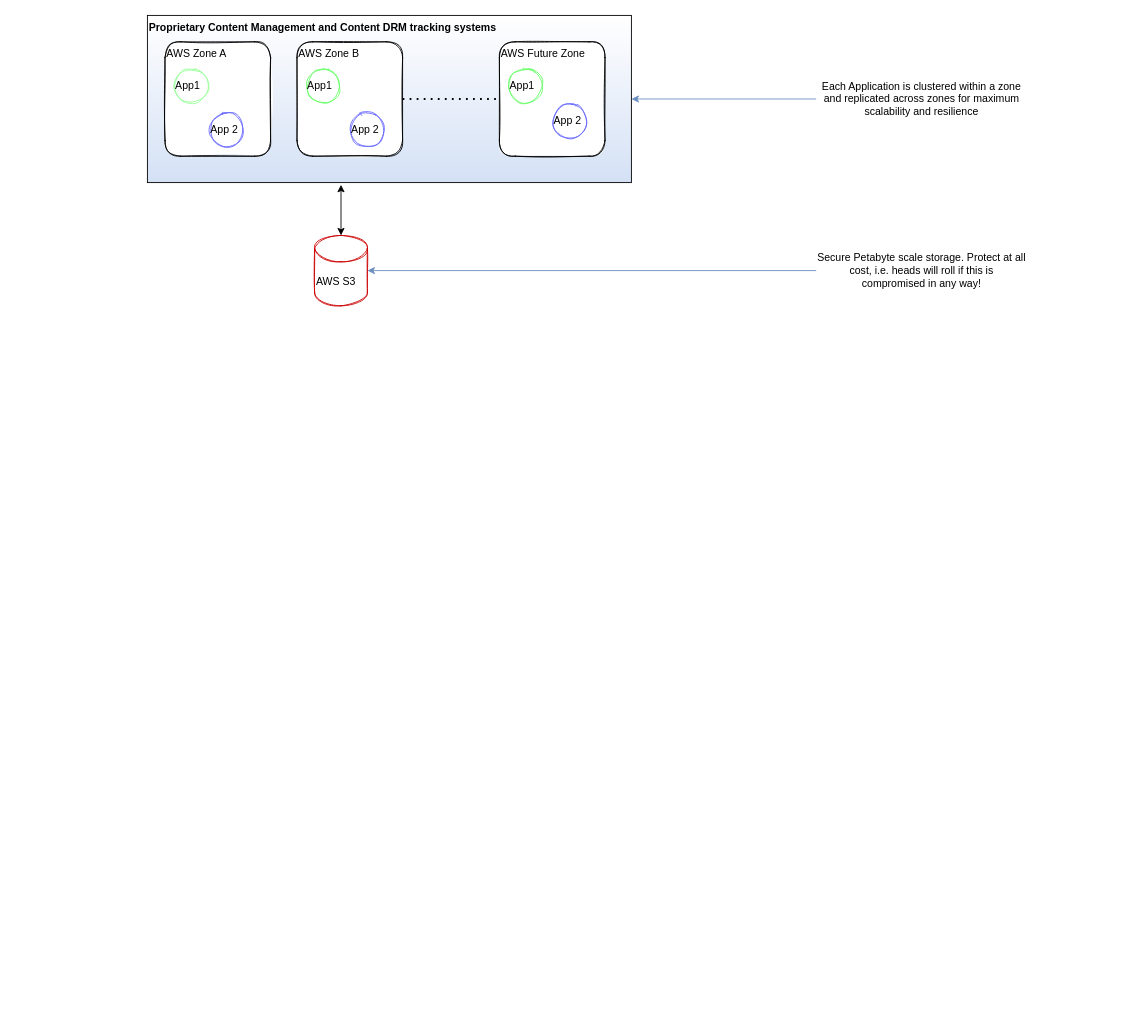
The draw.io diagram Asset Processing.drawio in imransaeed/concept-diagrams, before the edit. Source tidied: cells renumbered, new cells numbered last; positions are measured from the earlier drawing's top-left corner, leaving out a move shared by most shapes. Both pictures are drawn from the tidied source at 88%, with x=0, y=0 at pixel (147, 15).
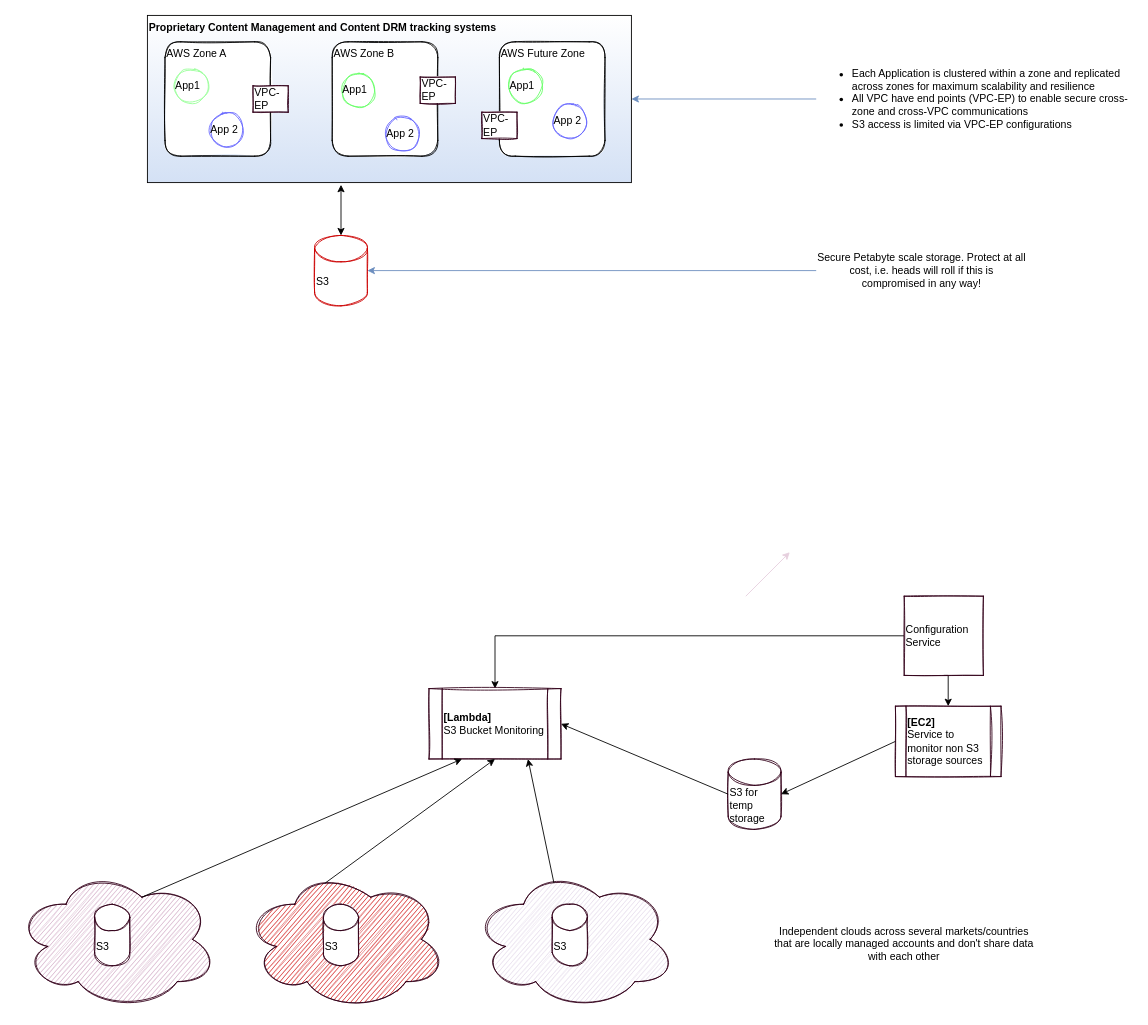
After the change.

The change refers to these unchanged cells:
```xml
<mxCell id="5" value="AWS Future Zone" style="rounded=1;whiteSpace=wrap;html=1;shadow=0;sketch=1;gradientColor=none;align=left;verticalAlign=top;" parent="1" vertex="1">
  <mxGeometry x="400" y="30" width="120" height="130" as="geometry" />
</mxCell>
```

What changed in the source:
```diff
@@
-    <mxCell id="4" value="AWS Zone B" style="rounded=1;whiteSpace=wrap;html=1;shadow=0;sketch=1;gradientColor=none;align=left;verticalAlign=top;" parent="1" vertex="1">
-      <mxGeometry x="170" y="30" width="120" height="130" as="geometry" />
-    </mxCell>
@@
-    <mxCell id="6" value="AWS S3" style="shape=cylinder3;whiteSpace=wrap;html=1;boundedLbl=1;backgroundOutline=1;size=15;shadow=0;sketch=1;gradientColor=none;align=left;strokeColor=#CC0000;" parent="1" vertex="1">
+    <mxCell id="6" value="S3" style="shape=cylinder3;whiteSpace=wrap;html=1;boundedLbl=1;backgroundOutline=1;size=15;shadow=0;sketch=1;gradientColor=none;align=left;strokeColor=#CC0000;" parent="1" vertex="1">
       <mxGeometry x="190" y="250" width="60" height="80" as="geometry" />
     </mxCell>
-    <mxCell id="7" style="endArrow=none;dashed=1;html=1;dashPattern=1 3;strokeWidth=2;exitX=1;exitY=0.5;exitDx=0;exitDy=0;entryX=0;entryY=0.5;entryDx=0;entryDy=0;" parent="1" edge="1" source="4" target="5">
-      <mxGeometry relative="1" as="geometry" />
-    </mxCell>
@@
-    <mxCell id="12" value="App1" style="ellipse;whiteSpace=wrap;html=1;shadow=0;sketch=1;gradientColor=none;align=left;strokeColor=#66FF66;" parent="1" vertex="1">
-      <mxGeometry x="180" y="60" width="40" height="40" as="geometry" />
-    </mxCell>
@@
-    <mxCell id="15" value="App 2" style="ellipse;whiteSpace=wrap;html=1;shadow=0;sketch=1;gradientColor=none;align=left;strokeColor=#6666FF;" parent="1" vertex="1">
-      <mxGeometry x="230" y="110" width="40" height="40" as="geometry" />
-    </mxCell>
@@
-    <mxCell id="17" value="Each Application is clustered within a zone and replicated across zones for maximum scalability and resilience" style="text;html=1;strokeColor=none;fillColor=none;align=center;verticalAlign=middle;whiteSpace=wrap;rounded=0;shadow=0;sketch=1;" parent="1" vertex="1">
-      <mxGeometry x="760" y="25" width="240" height="140" as="geometry" />
+    <mxCell id="17" value="&lt;ul&gt;&lt;li style=&quot;text-align: left&quot;&gt;Each Application is clustered within a zone and replicated across zones for maximum scalability and resilience&lt;/li&gt;&lt;li style=&quot;text-align: left&quot;&gt;All VPC have end points (VPC-EP) to enable secure cross-zone and cross-VPC communications&lt;/li&gt;&lt;li style=&quot;text-align: left&quot;&gt;S3 access is limited via VPC-EP configurations&lt;/li&gt;&lt;/ul&gt;" style="text;html=1;strokeColor=none;fillColor=none;align=center;verticalAlign=middle;whiteSpace=wrap;rounded=0;shadow=0;sketch=1;" parent="1" vertex="1">
+      <mxGeometry x="760" y="25" width="360" height="140" as="geometry" />
     </mxCell>
@@
+    <mxCell id="19" value="VPC-EP" style="rounded=0;whiteSpace=wrap;html=1;shadow=0;sketch=1;strokeColor=#33001A;gradientColor=none;align=left;" parent="1" vertex="1">
+      <mxGeometry x="120" y="80" width="40" height="30" as="geometry" />
+    </mxCell>
+    <mxCell id="20" style="group;" parent="1" vertex="1">
+      <mxGeometry x="210" y="30" width="120" height="130" as="geometry" />
+    </mxCell>
+    <mxCell id="4" value="AWS Zone B" style="rounded=1;whiteSpace=wrap;html=1;shadow=0;sketch=1;gradientColor=none;align=left;verticalAlign=top;" parent="20" vertex="1">
+      <mxGeometry width="120" height="130" as="geometry" />
+    </mxCell>
+    <mxCell id="12" value="App1" style="ellipse;whiteSpace=wrap;html=1;shadow=0;sketch=1;gradientColor=none;align=left;strokeColor=#66FF66;" parent="20" vertex="1">
+      <mxGeometry x="10" y="35" width="40" height="40" as="geometry" />
+    </mxCell>
+    <mxCell id="15" value="App 2" style="ellipse;whiteSpace=wrap;html=1;shadow=0;sketch=1;gradientColor=none;align=left;strokeColor=#6666FF;" parent="20" vertex="1">
+      <mxGeometry x="60" y="85" width="40" height="40" as="geometry" />
+    </mxCell>
+    <mxCell id="21" value="VPC-EP" style="rounded=0;whiteSpace=wrap;html=1;shadow=0;sketch=1;strokeColor=#33001A;gradientColor=none;align=left;" parent="1" vertex="1">
+      <mxGeometry x="310" y="70" width="40" height="30" as="geometry" />
+    </mxCell>
+    <mxCell id="22" value="VPC-EP" style="rounded=0;whiteSpace=wrap;html=1;shadow=0;sketch=1;strokeColor=#33001A;gradientColor=none;align=left;" parent="1" vertex="1">
+      <mxGeometry x="380" y="110" width="40" height="30" as="geometry" />
+    </mxCell>
+    <mxCell id="23" style="group;" parent="1" vertex="1">
+      <mxGeometry x="-150" y="970" width="1160" height="160" as="geometry" />
+    </mxCell>
+    <mxCell id="24" style="group;" parent="23" vertex="1">
+      <mxGeometry width="230" height="160" as="geometry" />
+    </mxCell>
+    <mxCell id="25" style="ellipse;shape=cloud;whiteSpace=wrap;html=1;shadow=0;sketch=1;strokeColor=#33001A;gradientColor=none;align=left;fillColor=#CDA2BE;" parent="24" vertex="1">
+      <mxGeometry width="230" height="160" as="geometry" />
+    </mxCell>
+    <mxCell id="26" style="group;" parent="24" vertex="1">
+      <mxGeometry x="90" y="40" width="40" height="70" as="geometry" />
+    </mxCell>
+    <mxCell id="27" value="S3" style="shape=cylinder3;whiteSpace=wrap;html=1;boundedLbl=1;backgroundOutline=1;size=15;shadow=0;sketch=1;strokeColor=#33001A;gradientColor=none;align=left;" parent="26" vertex="1">
+      <mxGeometry width="40" height="70" as="geometry" />
+    </mxCell>
+    <mxCell id="28" value="Independent clouds across several markets/countries that are locally managed accounts and don't share data with each other" style="text;html=1;strokeColor=none;fillColor=none;align=center;verticalAlign=middle;whiteSpace=wrap;rounded=0;shadow=0;sketch=1;" parent="23" vertex="1">
+      <mxGeometry x="860" y="10" width="300" height="150" as="geometry" />
+    </mxCell>
+    <mxCell id="29" style="ellipse;shape=cloud;whiteSpace=wrap;html=1;shadow=0;sketch=1;strokeColor=#33001A;gradientColor=none;align=left;fillColor=#E1D5E7;" parent="23" vertex="1">
+      <mxGeometry x="520" width="230" height="160" as="geometry" />
+    </mxCell>
+    <mxCell id="30" value="S3" style="shape=cylinder3;whiteSpace=wrap;html=1;boundedLbl=1;backgroundOutline=1;size=15;shadow=0;sketch=1;strokeColor=#33001A;gradientColor=none;align=left;" parent="23" vertex="1">
+      <mxGeometry x="610" y="40" width="40" height="70" as="geometry" />
+    </mxCell>
+    <mxCell id="31" style="ellipse;shape=cloud;whiteSpace=wrap;html=1;shadow=0;sketch=1;strokeColor=#33001A;gradientColor=none;align=left;fillColor=#CC0000;" parent="23" vertex="1">
+      <mxGeometry x="260" width="230" height="160" as="geometry" />
+    </mxCell>
+    <mxCell id="32" value="S3" style="shape=cylinder3;whiteSpace=wrap;html=1;boundedLbl=1;backgroundOutline=1;size=15;shadow=0;sketch=1;strokeColor=#33001A;gradientColor=none;align=left;" parent="23" vertex="1">
+      <mxGeometry x="350" y="40" width="40" height="70" as="geometry" />
+    </mxCell>
+    <mxCell id="33" style="edgeStyle=orthogonalEdgeStyle;rounded=0;jettySize=auto;html=1;exitX=0;exitY=0.5;exitDx=0;exitDy=0;entryX=0.5;entryY=0;entryDx=0;entryDy=0;" parent="1" edge="1" source="35" target="36">
+      <mxGeometry x="-0.15" y="25" relative="1" as="geometry" />
+    </mxCell>
+    <mxCell id="34" style="edgeStyle=orthogonalEdgeStyle;rounded=0;jettySize=auto;html=1;exitX=0.5;exitY=1;exitDx=0;exitDy=0;entryX=0.5;entryY=0;entryDx=0;entryDy=0;strokeColor=#000000;" parent="1" edge="1" source="35" target="38">
+      <mxGeometry relative="1" as="geometry" />
+    </mxCell>
+    <mxCell id="35" value="Configuration Service" style="whiteSpace=wrap;html=1;shadow=0;sketch=1;strokeColor=#33001A;fillColor=none;gradientColor=none;align=left;" parent="1" vertex="1">
+      <mxGeometry x="860" y="660" width="90" height="90" as="geometry" />
+    </mxCell>
+    <mxCell id="36" value="&lt;b&gt;[Lambda]&lt;/b&gt;&lt;br&gt;S3 Bucket Monitoring" style="shape=process;whiteSpace=wrap;html=1;backgroundOutline=1;shadow=0;sketch=1;strokeColor=#33001A;fillColor=none;gradientColor=none;align=left;" parent="1" vertex="1">
+      <mxGeometry x="320" y="765" width="150" height="80" as="geometry" />
+    </mxCell>
+    <mxCell id="37" style="endArrow=classic;html=1;strokeColor=#E6D0DE;" parent="1" edge="1">
+      <mxGeometry relative="1" as="geometry">
+        <mxPoint x="680" y="660" as="sourcePoint" />
+        <mxPoint x="730" y="610" as="targetPoint" />
+      </mxGeometry>
+    </mxCell>
+    <mxCell id="38" value="&lt;b&gt;[EC2]&lt;/b&gt;&lt;br&gt;Service to monitor non S3 storage sources" style="shape=process;whiteSpace=wrap;html=1;backgroundOutline=1;shadow=0;sketch=1;strokeColor=#33001A;fillColor=none;gradientColor=none;align=left;" parent="1" vertex="1">
+      <mxGeometry x="850" y="785" width="120" height="80" as="geometry" />
+    </mxCell>
+    <mxCell id="39" style="endArrow=classic;html=1;exitX=0.625;exitY=0.2;exitDx=0;exitDy=0;exitPerimeter=0;entryX=0.25;entryY=1;entryDx=0;entryDy=0;" parent="1" edge="1" source="25" target="36">
+      <mxGeometry relative="1" as="geometry" />
+    </mxCell>
+    <mxCell id="40" style="endArrow=classic;html=1;strokeColor=#000000;exitX=0.4;exitY=0.1;exitDx=0;exitDy=0;exitPerimeter=0;entryX=0.5;entryY=1;entryDx=0;entryDy=0;" parent="1" edge="1" source="31" target="36">
+      <mxGeometry relative="1" as="geometry" />
+    </mxCell>
+    <mxCell id="41" style="endArrow=classic;html=1;strokeColor=#000000;exitX=0.4;exitY=0.1;exitDx=0;exitDy=0;exitPerimeter=0;entryX=0.75;entryY=1;entryDx=0;entryDy=0;" parent="1" edge="1" source="29" target="36">
+      <mxGeometry relative="1" as="geometry" />
+    </mxCell>
+    <mxCell id="42" value="S3 for temp storage" style="shape=cylinder3;whiteSpace=wrap;html=1;boundedLbl=1;backgroundOutline=1;size=15;shadow=0;sketch=1;strokeColor=#33001A;fillColor=none;gradientColor=none;align=left;" parent="1" vertex="1">
+      <mxGeometry x="660" y="845" width="60" height="80" as="geometry" />
+    </mxCell>
+    <mxCell id="43" style="endArrow=classic;html=1;strokeColor=#000000;exitX=0;exitY=0.5;exitDx=0;exitDy=0;entryX=1;entryY=0.5;entryDx=0;entryDy=0;entryPerimeter=0;" parent="1" edge="1" source="38" target="42">
+      <mxGeometry relative="1" as="geometry" />
+    </mxCell>
+    <mxCell id="44" style="endArrow=classic;html=1;strokeColor=#000000;exitX=0;exitY=0.5;exitDx=0;exitDy=0;exitPerimeter=0;entryX=1;entryY=0.5;entryDx=0;entryDy=0;" parent="1" edge="1" source="42" target="36">
+      <mxGeometry relative="1" as="geometry" />
+    </mxCell>
```
